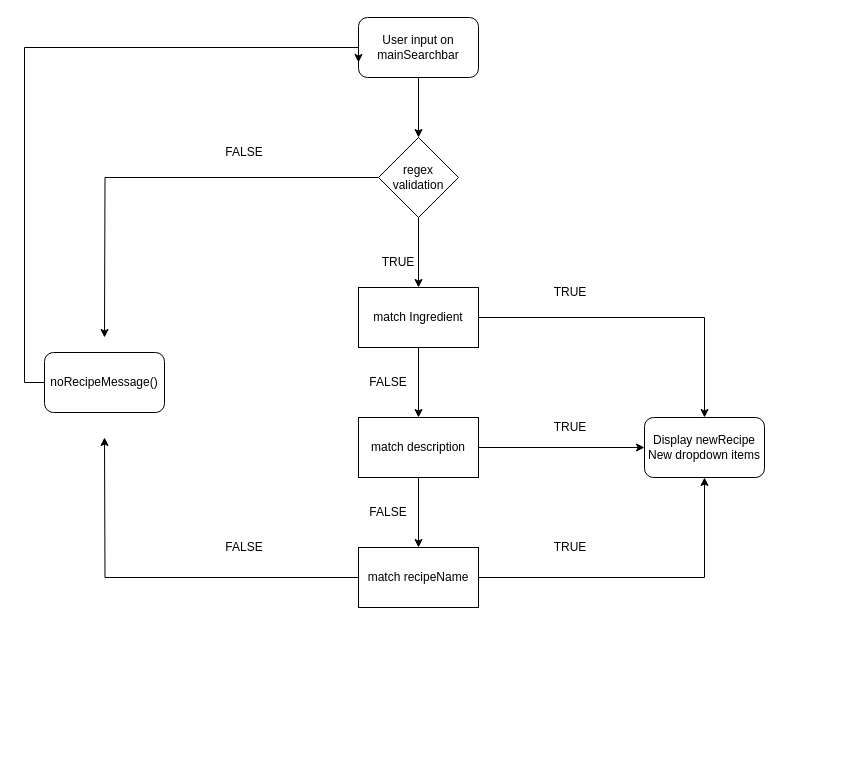
Above: Fiche d'investigation fonctionnalité - recherche principale.drawio in loumorganrene/LesPetitsPlats (draw.io), before the change. Source tidied: cells renumbered, new cells numbered last; positions are measured from the earlier drawing's top-left corner, leaving out a move shared by most shapes. Both pictures are drawn from the tidied source at 100%, with x=0, y=0 at pixel (24, 17).
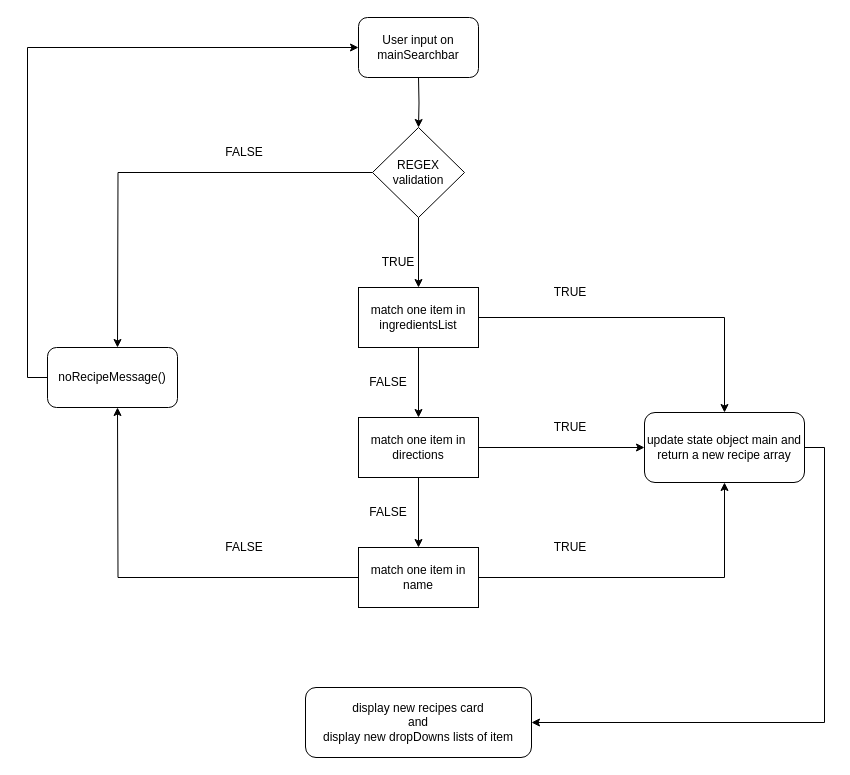
The same diagram, later.

Commit message:
Mettre à jour Fiche d'investigation fonctionnalité - recherche principale V1.drawio

The change refers to these unchanged cells:
```xml
<mxCell id="3" value="User input on mainSearchbar" style="rounded=1;whiteSpace=wrap;html=1;" parent="1" vertex="1">
  <mxGeometry x="334" width="120" height="60" as="geometry" />
</mxCell>
```

The edit, as a diff of the source:
```diff
@@
-    <mxCell id="2" style="edgeStyle=orthogonalEdgeStyle;rounded=0;jettySize=auto;html=1;" parent="1" edge="1" source="3" target="6">
-      <mxGeometry relative="1" as="geometry" />
+    <mxCell id="2" style="edgeStyle=orthogonalEdgeStyle;rounded=0;jettySize=auto;html=1;" parent="1" edge="1" target="6">
+      <mxGeometry relative="1" as="geometry">
+        <mxPoint x="394" y="60" as="sourcePoint" />
+      </mxGeometry>
     </mxCell>
@@
-    <mxCell id="5" style="edgeStyle=orthogonalEdgeStyle;rounded=0;jettySize=auto;html=1;" parent="1" edge="1" source="6">
+    <mxCell id="5" style="edgeStyle=orthogonalEdgeStyle;rounded=0;jettySize=auto;html=1;entryX=0.5;entryY=0;entryDx=0;entryDy=0;" parent="1" edge="1" source="6">
       <mxGeometry relative="1" as="geometry">
-        <mxPoint x="80" y="320" as="targetPoint" />
+        <mxPoint x="93" y="330" as="targetPoint" />
       </mxGeometry>
     </mxCell>
-    <mxCell id="6" value="regex validation" style="rhombus;whiteSpace=wrap;html=1;" parent="1" vertex="1">
-      <mxGeometry x="354" y="120" width="80" height="80" as="geometry" />
+    <mxCell id="6" value="&lt;div&gt;REGEX &lt;br&gt;&lt;/div&gt;&lt;div&gt;validation&lt;/div&gt;" style="rhombus;whiteSpace=wrap;html=1;" parent="1" vertex="1">
+      <mxGeometry x="348" y="110" width="92" height="90" as="geometry" />
     </mxCell>
@@
-    <mxCell id="9" value="match Ingredient" style="rounded=0;whiteSpace=wrap;html=1;" parent="1" vertex="1">
+    <mxCell id="9" value="match one item in ingredientsList" style="rounded=0;whiteSpace=wrap;html=1;" parent="1" vertex="1">
       <mxGeometry x="334" y="270" width="120" height="60" as="geometry" />
     </mxCell>
@@
-    <mxCell id="12" value="match description" style="rounded=0;whiteSpace=wrap;html=1;" parent="1" vertex="1">
+    <mxCell id="12" value="match one item in directions" style="rounded=0;whiteSpace=wrap;html=1;" parent="1" vertex="1">
       <mxGeometry x="334" y="400" width="120" height="60" as="geometry" />
     </mxCell>
@@
-    <mxCell id="14" style="edgeStyle=orthogonalEdgeStyle;rounded=0;jettySize=auto;html=1;" parent="1" edge="1" source="16">
+    <mxCell id="14" style="edgeStyle=orthogonalEdgeStyle;rounded=0;jettySize=auto;html=1;entryX=0.5;entryY=1;entryDx=0;entryDy=0;" parent="1" edge="1" source="16">
       <mxGeometry relative="1" as="geometry">
-        <mxPoint x="80" y="420" as="targetPoint" />
+        <mxPoint x="93" y="390" as="targetPoint" />
       </mxGeometry>
     </mxCell>
@@
-    <mxCell id="16" value="match recipeName" style="rounded=0;whiteSpace=wrap;html=1;" parent="1" vertex="1">
+    <mxCell id="16" value="match one item in name" style="rounded=0;whiteSpace=wrap;html=1;" parent="1" vertex="1">
       <mxGeometry x="334" y="530" width="120" height="60" as="geometry" />
     </mxCell>
@@
-    <mxCell id="18" style="edgeStyle=orthogonalEdgeStyle;rounded=0;jettySize=auto;html=1;entryX=0;entryY=0.75;entryDx=0;entryDy=0;" parent="1" edge="1" source="19" target="3">
-      <mxGeometry relative="1" as="geometry">
-        <Array as="points">
-          <mxPoint y="365" />
-          <mxPoint y="30" />
-          <mxPoint x="334" y="30" />
-        </Array>
-      </mxGeometry>
+    <mxCell id="18" style="edgeStyle=orthogonalEdgeStyle;rounded=0;jettySize=auto;html=1;exitX=0;exitY=0.5;exitDx=0;exitDy=0;entryX=0;entryY=0.5;entryDx=0;entryDy=0;" parent="1" edge="1" source="19" target="3">
+      <mxGeometry relative="1" as="geometry" />
     </mxCell>
     <mxCell id="19" value="noRecipeMessage()" style="rounded=1;whiteSpace=wrap;html=1;" parent="1" vertex="1">
-      <mxGeometry x="20" y="335" width="120" height="60" as="geometry" />
+      <mxGeometry x="23" y="330" width="130" height="60" as="geometry" />
     </mxCell>
@@
+    <mxCell id="27" style="edgeStyle=orthogonalEdgeStyle;rounded=0;jettySize=auto;html=1;exitX=1;exitY=0.5;exitDx=0;exitDy=0;entryX=1;entryY=0.5;entryDx=0;entryDy=0;" parent="1" edge="1" source="23" target="28">
+      <mxGeometry relative="1" as="geometry" />
+    </mxCell>
-    <mxCell id="23" value="&lt;div&gt;Display newRecipe&lt;/div&gt;&lt;div&gt;New dropdown items&lt;br&gt;&lt;/div&gt;" style="rounded=1;whiteSpace=wrap;html=1;" parent="1" vertex="1">
-      <mxGeometry x="620" y="400" width="120" height="60" as="geometry" />
+    <mxCell id="23" value="&lt;div&gt;update state object main and &lt;br&gt;&lt;/div&gt;&lt;div&gt;return a new recipe array &lt;br&gt;&lt;/div&gt;" style="rounded=1;whiteSpace=wrap;html=1;" parent="1" vertex="1">
+      <mxGeometry x="620" y="395" width="160" height="70" as="geometry" />
     </mxCell>
@@
+    <mxCell id="28" value="&lt;div&gt;display new recipes card&lt;/div&gt;&lt;div&gt;and&lt;/div&gt;&lt;div&gt;display new dropDowns lists of item&lt;br&gt;&lt;/div&gt;" style="rounded=1;whiteSpace=wrap;html=1;" parent="1" vertex="1">
+      <mxGeometry x="281" y="670" width="226" height="70" as="geometry" />
+    </mxCell>
```
